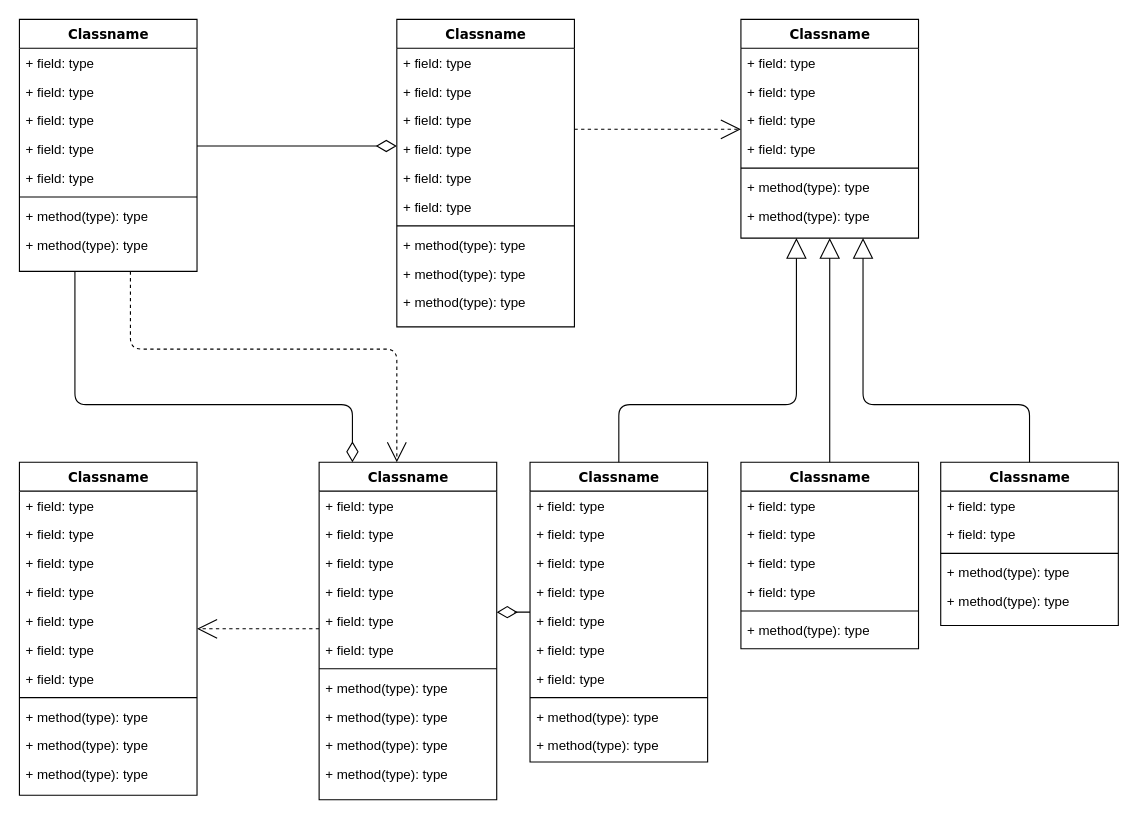
The draw.io diagram Diagramme sans nom.drawio in Spyrolol/Projet-X, before the edit. Source tidied: cells renumbered, new cells numbered last; positions are measured from the earlier drawing's top-left corner, leaving out a move shared by most shapes. Both pictures are drawn from the tidied source at 111%, with x=0, y=0 at pixel (19, 19).
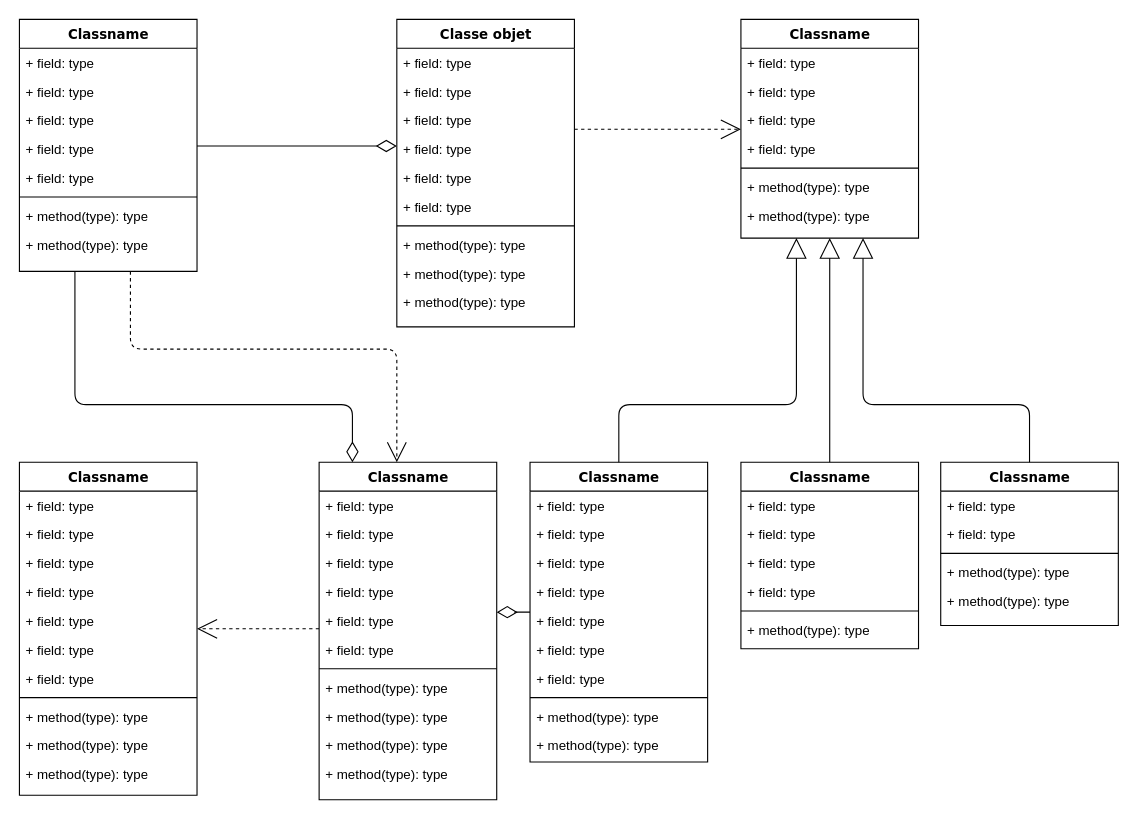
The same page after the edit.

Diff of the diagram source:
```diff
@@
-    <mxCell id="14" value="Classname" style="swimlane;html=1;fontStyle=1;align=center;verticalAlign=top;horizontal=1;startSize=26;swimlaneFillColor=#ffffff;rounded=0;shadow=0;comic=0;labelBackgroundColor=none;strokeWidth=1;fillColor=none;fontFamily=Verdana;fontSize=12;" parent="1" vertex="1">
+    <mxCell id="14" value="Classe objet&lt;br&gt;" style="swimlane;html=1;fontStyle=1;align=center;verticalAlign=top;horizontal=1;startSize=26;swimlaneFillColor=#ffffff;rounded=0;shadow=0;comic=0;labelBackgroundColor=none;strokeWidth=1;fillColor=none;fontFamily=Verdana;fontSize=12;" parent="1" vertex="1">
       <mxGeometry x="340" width="160" height="277" as="geometry" />
     </mxCell>
```
